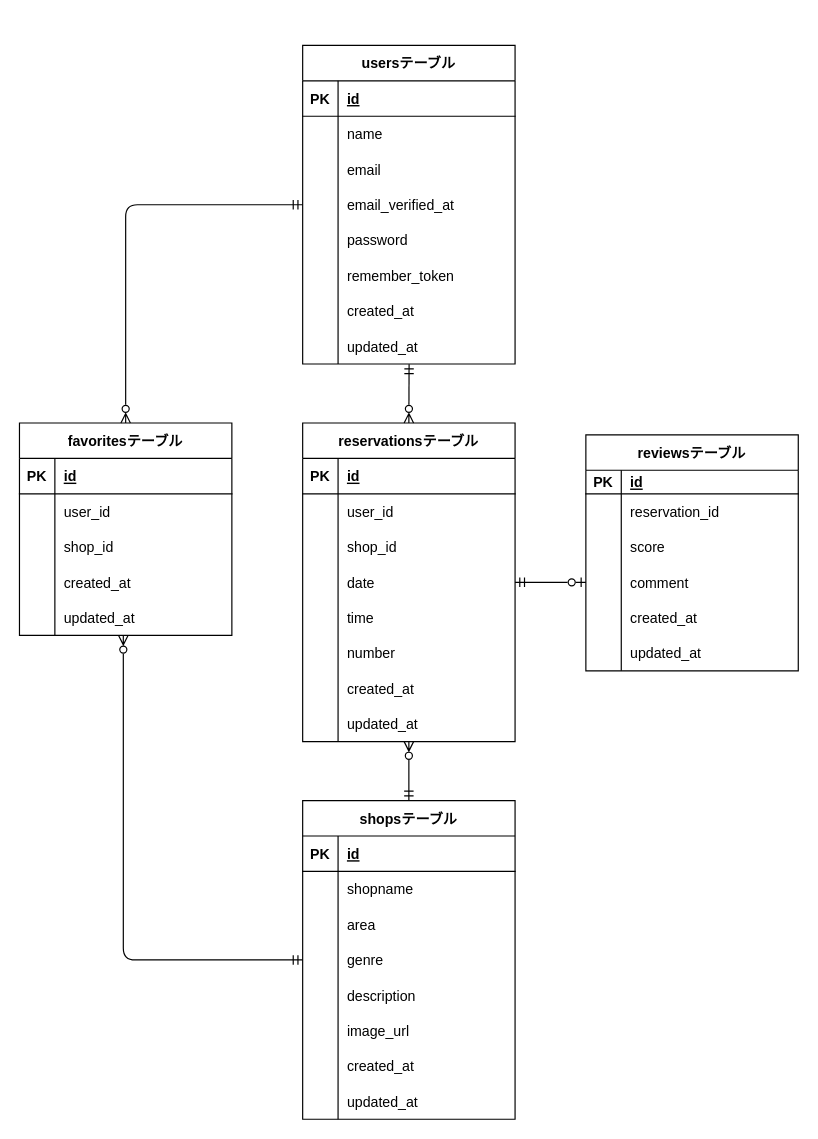
This is er.drawio from skanatsu/20240114_kanatsu_Rese, a draw.io file, before an edit. Source tidied: cells renumbered, new cells numbered last; positions are measured from the earlier drawing's top-left corner, leaving out a move shared by most shapes. Both pictures are drawn from the tidied source at 118%, with x=0, y=0 at pixel (19, 45).
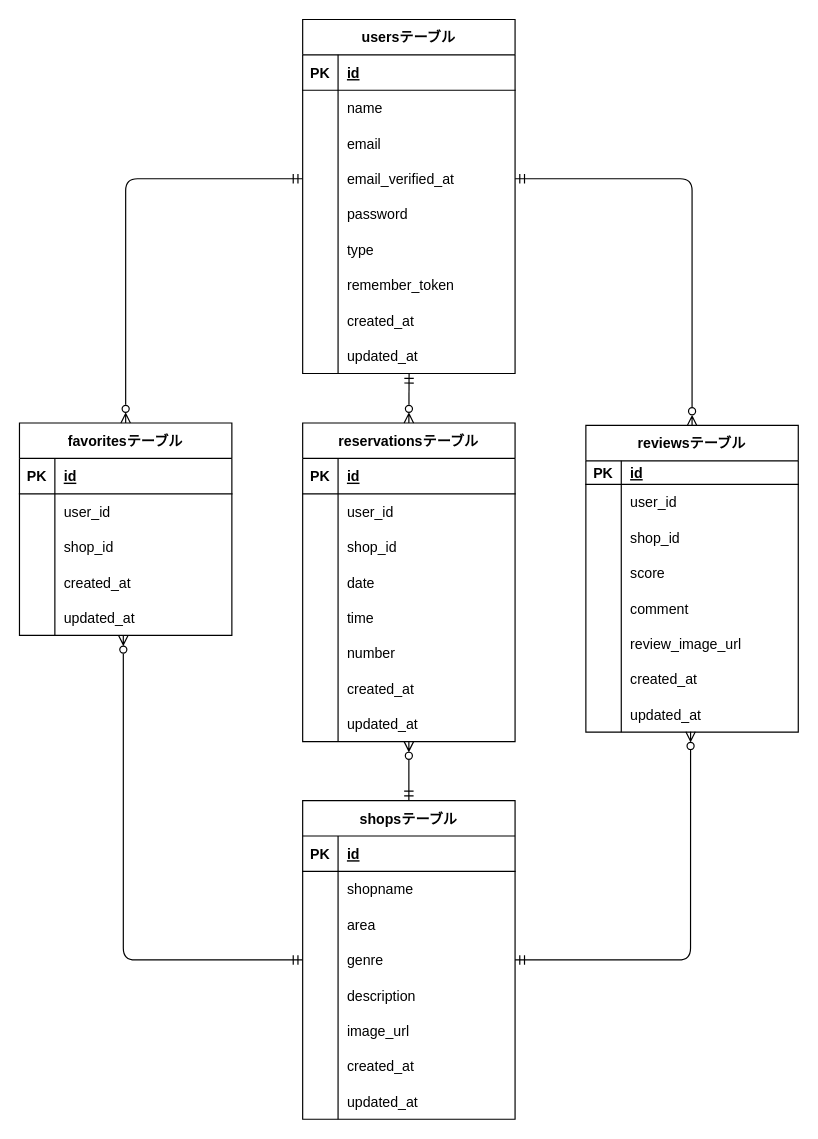
After the change.

Unchanged cells that the change refers to:
```xml
<mxCell id="12" style="shape=tableRow;horizontal=0;startSize=0;swimlaneHead=0;swimlaneBody=0;fillColor=none;points=[[0,0.5],[1,0.5]];portConstraint=eastwest;top=0;left=0;right=0;bottom=0;" parent="2" vertex="1">
  <mxGeometry y="120" width="180" height="30" as="geometry" />
</mxCell>
<mxCell id="37" style="shape=tableRow;horizontal=0;startSize=0;swimlaneHead=0;swimlaneBody=0;fillColor=none;points=[[0,0.5],[1,0.5]];portConstraint=eastwest;top=0;left=0;right=0;bottom=0;" parent="27" vertex="1">
  <mxGeometry y="120" width="180" height="30" as="geometry" />
</mxCell>
<mxCell id="78" style="shape=tableRow;horizontal=0;startSize=0;swimlaneHead=0;swimlaneBody=0;fillColor=none;points=[[0,0.5],[1,0.5]];portConstraint=eastwest;top=0;left=0;right=0;bottom=0;" parent="68" vertex="1">
  <mxGeometry y="120" width="180" height="30" as="geometry" />
</mxCell>
<mxCell id="97" style="shape=tableRow;horizontal=0;startSize=0;swimlaneHead=0;swimlaneBody=0;fillColor=none;top=0;left=0;right=0;bottom=0;" parent="93" vertex="1">
  <mxGeometry y="50" width="180" height="30" as="geometry" />
</mxCell>
```

Change to the diagram source:
```diff
@@
     <mxCell id="2" value="usersテーブル" style="shape=table;startSize=30;childLayout=tableLayout;rowLines=0;fontStyle=1;align=center;" parent="1" vertex="1">
-      <mxGeometry x="240" width="180" height="270" as="geometry" />
+      <mxGeometry x="240" y="-22" width="180" height="300" as="geometry" />
     </mxCell>
@@
+    <mxCell id="117" style="shape=tableRow;horizontal=0;startSize=0;swimlaneHead=0;swimlaneBody=0;fillColor=none;top=0;left=0;right=0;bottom=0;" parent="2" vertex="1">
+      <mxGeometry y="180" width="180" height="30" as="geometry" />
+    </mxCell>
+    <mxCell id="118" style="shape=partialRectangle;fillColor=none;top=0;left=0;bottom=0;right=0;overflow=hidden;" parent="117" vertex="1">
+      <mxGeometry width="30" height="30" as="geometry" />
+    </mxCell>
+    <mxCell id="119" value="type" style="shape=partialRectangle;fillColor=none;top=0;left=0;bottom=0;right=0;align=left;spacingLeft=6;overflow=hidden;" parent="117" vertex="1">
+      <mxGeometry x="30" width="150" height="30" as="geometry" />
+    </mxCell>
     <mxCell id="18" style="shape=tableRow;horizontal=0;startSize=0;swimlaneHead=0;swimlaneBody=0;fillColor=none;top=0;left=0;right=0;bottom=0;" parent="2" vertex="1">
-      <mxGeometry y="180" width="180" height="30" as="geometry" />
+      <mxGeometry y="210" width="180" height="30" as="geometry" />
     </mxCell>
@@
     <mxCell id="21" style="shape=tableRow;horizontal=0;startSize=0;swimlaneHead=0;swimlaneBody=0;fillColor=none;top=0;left=0;right=0;bottom=0;" parent="2" vertex="1">
-      <mxGeometry y="210" width="180" height="30" as="geometry" />
+      <mxGeometry y="240" width="180" height="30" as="geometry" />
     </mxCell>
@@
     <mxCell id="24" style="shape=tableRow;horizontal=0;startSize=0;swimlaneHead=0;swimlaneBody=0;fillColor=none;points=[[0,0.5],[1,0.5]];portConstraint=eastwest;top=0;left=0;right=0;bottom=0;" parent="2" vertex="1">
-      <mxGeometry y="240" width="180" height="30" as="geometry" />
+      <mxGeometry y="270" width="180" height="30" as="geometry" />
     </mxCell>
@@
     <mxCell id="93" value="reviewsテーブル" style="shape=table;startSize=30;childLayout=tableLayout;rowLines=0;fontStyle=1;align=center;" parent="1" vertex="1">
-      <mxGeometry x="480" y="330" width="180" height="200" as="geometry" />
+      <mxGeometry x="480" y="322" width="180" height="260" as="geometry" />
     </mxCell>
@@
-    <mxCell id="99" value="reservation_id" style="shape=partialRectangle;fillColor=none;top=0;left=0;bottom=0;right=0;align=left;spacingLeft=6;overflow=hidden;" parent="97" vertex="1">
+    <mxCell id="99" value="user_id" style="shape=partialRectangle;fillColor=none;top=0;left=0;bottom=0;right=0;align=left;spacingLeft=6;overflow=hidden;" parent="97" vertex="1">
       <mxGeometry x="30" width="150" height="30" as="geometry" />
     </mxCell>
+    <mxCell id="120" style="shape=tableRow;horizontal=0;startSize=0;swimlaneHead=0;swimlaneBody=0;fillColor=none;top=0;left=0;right=0;bottom=0;" parent="93" vertex="1">
+      <mxGeometry y="80" width="180" height="30" as="geometry" />
+    </mxCell>
+    <mxCell id="121" style="shape=partialRectangle;fillColor=none;top=0;left=0;bottom=0;right=0;overflow=hidden;" parent="120" vertex="1">
+      <mxGeometry width="30" height="30" as="geometry" />
+    </mxCell>
+    <mxCell id="122" value="shop_id" style="shape=partialRectangle;fillColor=none;top=0;left=0;bottom=0;right=0;align=left;spacingLeft=6;overflow=hidden;" parent="120" vertex="1">
+      <mxGeometry x="30" width="150" height="30" as="geometry" />
+    </mxCell>
     <mxCell id="100" style="shape=tableRow;horizontal=0;startSize=0;swimlaneHead=0;swimlaneBody=0;fillColor=none;top=0;left=0;right=0;bottom=0;" parent="93" vertex="1">
-      <mxGeometry y="80" width="180" height="30" as="geometry" />
+      <mxGeometry y="110" width="180" height="30" as="geometry" />
     </mxCell>
@@
     <mxCell id="103" style="shape=tableRow;horizontal=0;startSize=0;swimlaneHead=0;swimlaneBody=0;fillColor=none;points=[[0,0.5],[1,0.5]];portConstraint=eastwest;top=0;left=0;right=0;bottom=0;" parent="93" vertex="1">
-      <mxGeometry y="110" width="180" height="30" as="geometry" />
+      <mxGeometry y="140" width="180" height="30" as="geometry" />
     </mxCell>
@@
+    <mxCell id="123" style="shape=tableRow;horizontal=0;startSize=0;swimlaneHead=0;swimlaneBody=0;fillColor=none;top=0;left=0;right=0;bottom=0;" parent="93" vertex="1">
+      <mxGeometry y="170" width="180" height="30" as="geometry" />
+    </mxCell>
+    <mxCell id="124" style="shape=partialRectangle;fillColor=none;top=0;left=0;bottom=0;right=0;overflow=hidden;" parent="123" vertex="1">
+      <mxGeometry width="30" height="30" as="geometry" />
+    </mxCell>
+    <mxCell id="125" value="review_image_url" style="shape=partialRectangle;fillColor=none;top=0;left=0;bottom=0;right=0;align=left;spacingLeft=6;overflow=hidden;" parent="123" vertex="1">
+      <mxGeometry x="30" width="150" height="30" as="geometry" />
+    </mxCell>
     <mxCell id="106" style="shape=tableRow;horizontal=0;startSize=0;swimlaneHead=0;swimlaneBody=0;fillColor=none;top=0;left=0;right=0;bottom=0;" parent="93" vertex="1">
-      <mxGeometry y="140" width="180" height="30" as="geometry" />
+      <mxGeometry y="200" width="180" height="30" as="geometry" />
     </mxCell>
@@
     <mxCell id="109" style="shape=tableRow;horizontal=0;startSize=0;swimlaneHead=0;swimlaneBody=0;fillColor=none;points=[[0,0.5],[1,0.5]];portConstraint=eastwest;top=0;left=0;right=0;bottom=0;" parent="93" vertex="1">
-      <mxGeometry y="170" width="180" height="30" as="geometry" />
+      <mxGeometry y="230" width="180" height="30" as="geometry" />
     </mxCell>
@@
-    <mxCell id="116" style="fontSize=12;html=1;endArrow=ERzeroToOne;startArrow=ERmandOne;endFill=0;exitX=1;exitY=0.5;exitDx=0;exitDy=0;entryX=0;entryY=0.5;entryDx=0;entryDy=0;" parent="1" edge="1" source="78" target="103">
-      <mxGeometry relative="1" as="geometry" />
-    </mxCell>
+    <mxCell id="126" style="edgeStyle=orthogonalEdgeStyle;fontSize=12;html=1;endArrow=ERzeroToMany;startArrow=ERmandOne;endFill=0;exitX=1;exitY=0.5;exitDx=0;exitDy=0;entryX=0.5;entryY=0;entryDx=0;entryDy=0;" parent="1" edge="1" source="12" target="93">
+      <mxGeometry relative="1" as="geometry" />
+    </mxCell>
+    <mxCell id="127" style="edgeStyle=orthogonalEdgeStyle;fontSize=12;html=1;endArrow=ERzeroToMany;startArrow=ERmandOne;endFill=0;exitX=1;exitY=0.5;exitDx=0;exitDy=0;entryX=0.493;entryY=0.989;entryDx=0;entryDy=0;entryPerimeter=0;" parent="1" edge="1" source="37" target="109">
+      <mxGeometry relative="1" as="geometry" />
+    </mxCell>
```
